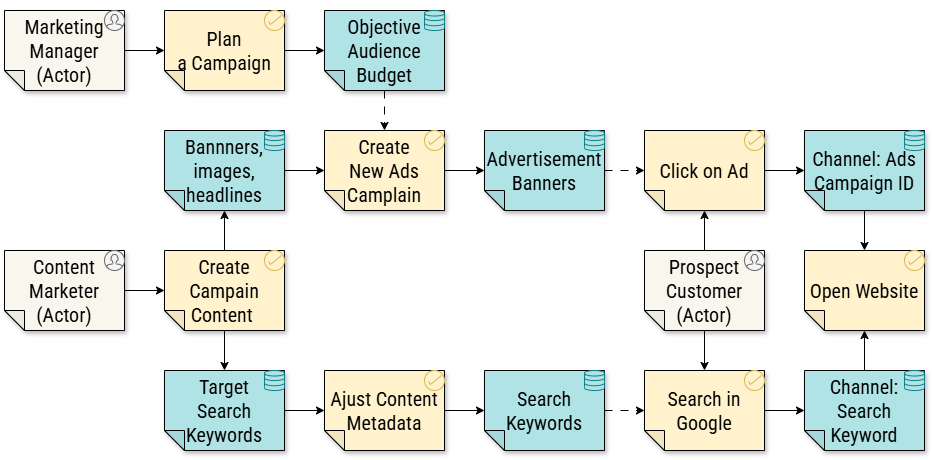
Above: chapter-06/figure-6.17.drawio.png in software-architecture-guild/modeling-software-architecture (draw.io), before the change. Source tidied: cells renumbered, new cells last; positions are measured from the earlier drawing's top-left corner, leaving out a move shared by most shapes.
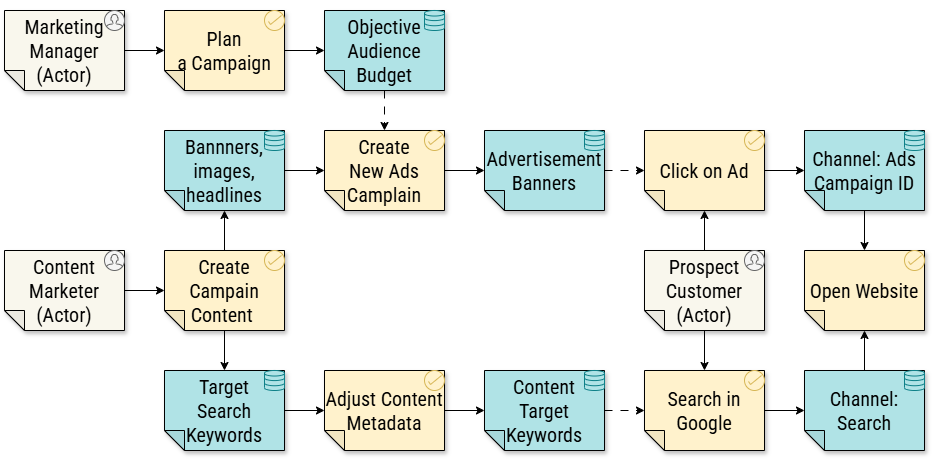
The same diagram one commit later.

Commit message:
chapter 6: little fixes for traffic acquisition

What changed in the source:
```diff
@@ -77,13 +77,13 @@
     <mxCell id="26" style="edgeStyle=none;html=1;fontFamily=Roboto Condensed;fontSource=https%3A%2F%2Ffonts.googleapis.com%2Fcss%3Ffamily%3DRoboto%2BCondensed;fontSize=20;" parent="1" edge="1" source="27" target="29">
       <mxGeometry relative="1" as="geometry" />
     </mxCell>
-    <mxCell id="27" value="Ajust Content Metadata" style="shape=note;whiteSpace=wrap;html=1;backgroundOutline=1;darkOpacity=0.05;fillColor=#fff2cc;strokeColor=#000000;fillStyle=solid;direction=west;gradientDirection=north;shadow=1;size=20;fontFamily=Roboto Condensed;fontSource=https%3A%2F%2Ffonts.googleapis.com%2Fcss%3Ffamily%3DRoboto%2BCondensed;fontSize=20;" parent="1" vertex="1">
+    <mxCell id="27" value="Adjust Content Metadata" style="shape=note;whiteSpace=wrap;html=1;backgroundOutline=1;darkOpacity=0.05;fillColor=#fff2cc;strokeColor=#000000;fillStyle=solid;direction=west;gradientDirection=north;shadow=1;size=20;fontFamily=Roboto Condensed;fontSource=https%3A%2F%2Ffonts.googleapis.com%2Fcss%3Ffamily%3DRoboto%2BCondensed;fontSize=20;" parent="1" vertex="1">
       <mxGeometry x="320" y="370" width="120" height="80" as="geometry" />
     </mxCell>
     <mxCell id="28" style="edgeStyle=none;html=1;dashed=1;dashPattern=8 8;fontFamily=Roboto Condensed;fontSource=https%3A%2F%2Ffonts.googleapis.com%2Fcss%3Ffamily%3DRoboto%2BCondensed;fontSize=20;" parent="1" edge="1" source="29" target="34">
       <mxGeometry relative="1" as="geometry" />
     </mxCell>
-    <mxCell id="29" value="Search Keywords" style="shape=note;whiteSpace=wrap;html=1;backgroundOutline=1;darkOpacity=0.05;fillColor=#b0e3e6;strokeColor=#000000;fillStyle=solid;direction=west;gradientDirection=north;shadow=1;size=20;fontFamily=Roboto Condensed;fontSource=https%3A%2F%2Ffonts.googleapis.com%2Fcss%3Ffamily%3DRoboto%2BCondensed;fontSize=20;" parent="1" vertex="1">
+    <mxCell id="29" value="Content&lt;br&gt;Target Keywords" style="shape=note;whiteSpace=wrap;html=1;backgroundOutline=1;darkOpacity=0.05;fillColor=#b0e3e6;strokeColor=#000000;fillStyle=solid;direction=west;gradientDirection=north;shadow=1;size=20;fontFamily=Roboto Condensed;fontSource=https%3A%2F%2Ffonts.googleapis.com%2Fcss%3Ffamily%3DRoboto%2BCondensed;fontSize=20;" parent="1" vertex="1">
       <mxGeometry x="480" y="370" width="120" height="80" as="geometry" />
     </mxCell>
     <mxCell id="30" style="edgeStyle=none;html=1;fontFamily=Roboto Condensed;fontSource=https%3A%2F%2Ffonts.googleapis.com%2Fcss%3Ffamily%3DRoboto%2BCondensed;fontSize=20;" parent="1" edge="1" source="32" target="20">
@@ -104,7 +104,7 @@
     <mxCell id="35" style="edgeStyle=none;html=1;fontFamily=Roboto Condensed;fontSource=https%3A%2F%2Ffonts.googleapis.com%2Fcss%3Ffamily%3DRoboto%2BCondensed;fontSize=20;" parent="1" edge="1" source="36" target="37">
       <mxGeometry relative="1" as="geometry" />
     </mxCell>
-    <mxCell id="36" value="Channel: Search&lt;br&gt;Keyword" style="shape=note;whiteSpace=wrap;html=1;backgroundOutline=1;darkOpacity=0.05;fillColor=#b0e3e6;strokeColor=#000000;fillStyle=solid;direction=west;gradientDirection=north;shadow=1;size=20;fontFamily=Roboto Condensed;fontSource=https%3A%2F%2Ffonts.googleapis.com%2Fcss%3Ffamily%3DRoboto%2BCondensed;fontSize=20;" parent="1" vertex="1">
+    <mxCell id="36" value="Channel: Search" style="shape=note;whiteSpace=wrap;html=1;backgroundOutline=1;darkOpacity=0.05;fillColor=#b0e3e6;strokeColor=#000000;fillStyle=solid;direction=west;gradientDirection=north;shadow=1;size=20;fontFamily=Roboto Condensed;fontSource=https%3A%2F%2Ffonts.googleapis.com%2Fcss%3Ffamily%3DRoboto%2BCondensed;fontSize=20;" parent="1" vertex="1">
       <mxGeometry x="800" y="370" width="120" height="80" as="geometry" />
     </mxCell>
     <mxCell id="37" value="Open Website" style="shape=note;whiteSpace=wrap;html=1;backgroundOutline=1;darkOpacity=0.05;fillColor=#fff2cc;strokeColor=#000000;fillStyle=solid;direction=west;gradientDirection=north;shadow=1;size=20;fontFamily=Roboto Condensed;fontSource=https%3A%2F%2Ffonts.googleapis.com%2Fcss%3Ffamily%3DRoboto%2BCondensed;fontSize=20;" parent="1" vertex="1">
```
